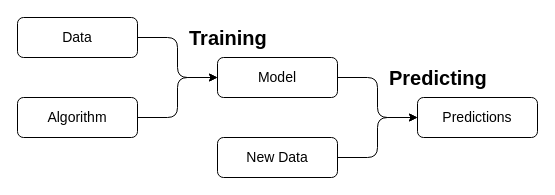
The draw.io diagram page "Modelling" (1 of 5) of docs/source/images/modelling.drawio in myautoml/myautoml, before the edit. Source tidied: cells renumbered, new cells numbered last; positions are measured from the earlier drawing's top-left corner, leaving out a move shared by most shapes. Both pictures are drawn from the tidied source at 100%, with x=0, y=0 at pixel (17, 17).
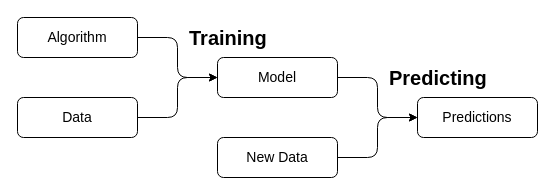
The same page after the edit.

The edit, as a diff of the source:
```diff
@@
 <mxGraphModel>
   <root>
     <mxCell id="0" />
     <mxCell id="1" parent="0" />
     <mxCell id="2" style="edgeStyle=orthogonalEdgeStyle;rounded=1;jettySize=auto;html=1;fontFamily=Arial;fontSize=14;" parent="1" edge="1" source="3" target="7">
       <mxGeometry relative="1" as="geometry" />
     </mxCell>
-    <mxCell id="3" value="Data" style="rounded=1;whiteSpace=wrap;html=1;fontFamily=Arial;fontSize=14;" parent="1" vertex="1">
+    <mxCell id="3" value="Algorithm" style="rounded=1;whiteSpace=wrap;html=1;fontFamily=Arial;fontSize=14;" parent="1" vertex="1">
       <mxGeometry width="120" height="40" as="geometry" />
     </mxCell>
     <mxCell id="4" style="edgeStyle=orthogonalEdgeStyle;rounded=1;jettySize=auto;html=1;fontFamily=Arial;fontSize=14;" parent="1" edge="1" source="5" target="7">
       <mxGeometry relative="1" as="geometry" />
     </mxCell>
-    <mxCell id="5" value="Algorithm" style="rounded=1;whiteSpace=wrap;html=1;fontFamily=Arial;fontSize=14;" parent="1" vertex="1">
+    <mxCell id="5" value="Data" style="rounded=1;whiteSpace=wrap;html=1;fontFamily=Arial;fontSize=14;" parent="1" vertex="1">
       <mxGeometry y="80" width="120" height="40" as="geometry" />
     </mxCell>
     <mxCell id="6" style="edgeStyle=orthogonalEdgeStyle;rounded=1;jettySize=auto;html=1;entryX=0;entryY=0.5;entryDx=0;entryDy=0;fontFamily=Arial;fontSize=14;" parent="1" edge="1" source="7" target="10">
       <mxGeometry relative="1" as="geometry" />
     </mxCell>
     <mxCell id="7" value="Model" style="rounded=1;whiteSpace=wrap;html=1;fontFamily=Arial;fontSize=14;" parent="1" vertex="1">
       <mxGeometry x="200" y="40" width="120" height="40" as="geometry" />
     </mxCell>
     <mxCell id="8" style="edgeStyle=orthogonalEdgeStyle;rounded=1;jettySize=auto;html=1;entryX=0;entryY=0.5;entryDx=0;entryDy=0;fontFamily=Arial;fontSize=14;" parent="1" edge="1" source="9" target="10">
       <mxGeometry relative="1" as="geometry" />
     </mxCell>
     <mxCell id="9" value="New Data" style="rounded=1;whiteSpace=wrap;html=1;fontFamily=Arial;fontSize=14;" parent="1" vertex="1">
       <mxGeometry x="200" y="120" width="120" height="40" as="geometry" />
     </mxCell>
     <mxCell id="10" value="Predictions" style="rounded=1;whiteSpace=wrap;html=1;fontFamily=Arial;fontSize=14;" parent="1" vertex="1">
       <mxGeometry x="400" y="80" width="120" height="40" as="geometry" />
     </mxCell>
     <mxCell id="11" value="&lt;b&gt;&lt;font style=&quot;font-size: 20px&quot;&gt;Training&lt;/font&gt;&lt;/b&gt;" style="text;html=1;strokeColor=none;fillColor=none;align=left;verticalAlign=middle;whiteSpace=wrap;rounded=0;dashed=1;fontFamily=Arial;fontSize=14;shadow=0;" parent="1" vertex="1">
       <mxGeometry x="170" y="10" width="40" height="20" as="geometry" />
     </mxCell>
     <mxCell id="12" value="&lt;b&gt;&lt;font style=&quot;font-size: 20px&quot;&gt;Predicting&lt;/font&gt;&lt;/b&gt;" style="text;html=1;strokeColor=none;fillColor=none;align=left;verticalAlign=middle;whiteSpace=wrap;rounded=0;dashed=1;fontFamily=Arial;fontSize=14;shadow=0;" parent="1" vertex="1">
       <mxGeometry x="370" y="50" width="40" height="20" as="geometry" />
     </mxCell>
   </root>
 </mxGraphModel>
```
